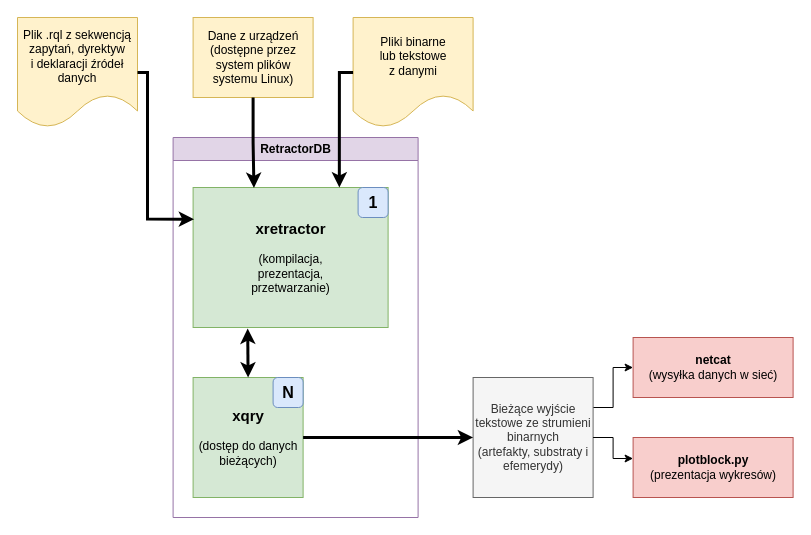
michalwidera/retractordb keeps this draw.io diagram as page "Przetwarzanie" (3 of 4) of src/UML/data_and_control_flow-pl.drawio. Above is the earlier version. Source tidied: cells renumbered, new cells numbered last; positions are measured from the earlier drawing's top-left corner, leaving out a move shared by most shapes. Both pictures are drawn from the tidied source at 100%, with x=0, y=0 at pixel (17, 17).
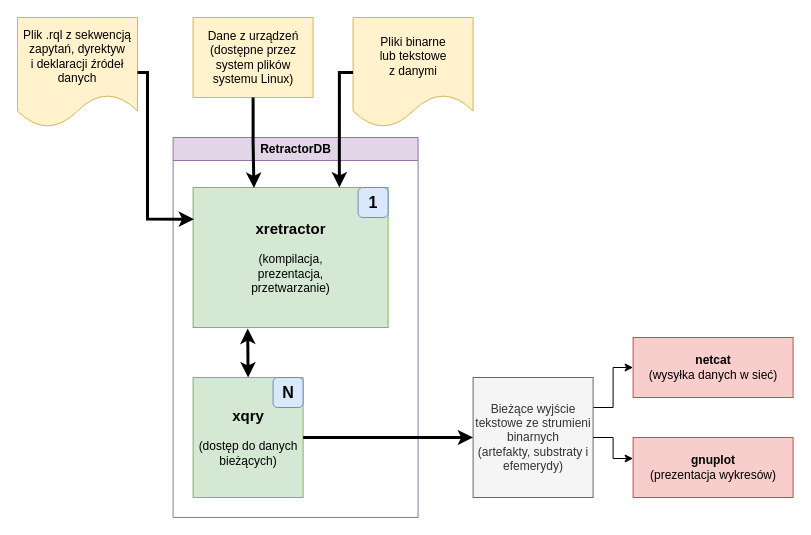
The same diagram, later.

The edit, as a diff of the source:
```diff
@@
-    <mxCell id="7" value="&lt;b&gt;plotblock.py&lt;/b&gt;&lt;div&gt;(prezentacja wykresów)&lt;/div&gt;" style="rounded=0;whiteSpace=wrap;html=1;fillColor=#f8cecc;strokeColor=#b85450;" parent="1" vertex="1">
+    <mxCell id="7" value="&lt;b&gt;gnuplot&lt;/b&gt;&lt;div&gt;(prezentacja wykresów)&lt;/div&gt;" style="rounded=0;whiteSpace=wrap;html=1;fillColor=#f8cecc;strokeColor=#b85450;" parent="1" vertex="1">
       <mxGeometry x="615.6" y="420" width="160" height="60" as="geometry" />
     </mxCell>
```
